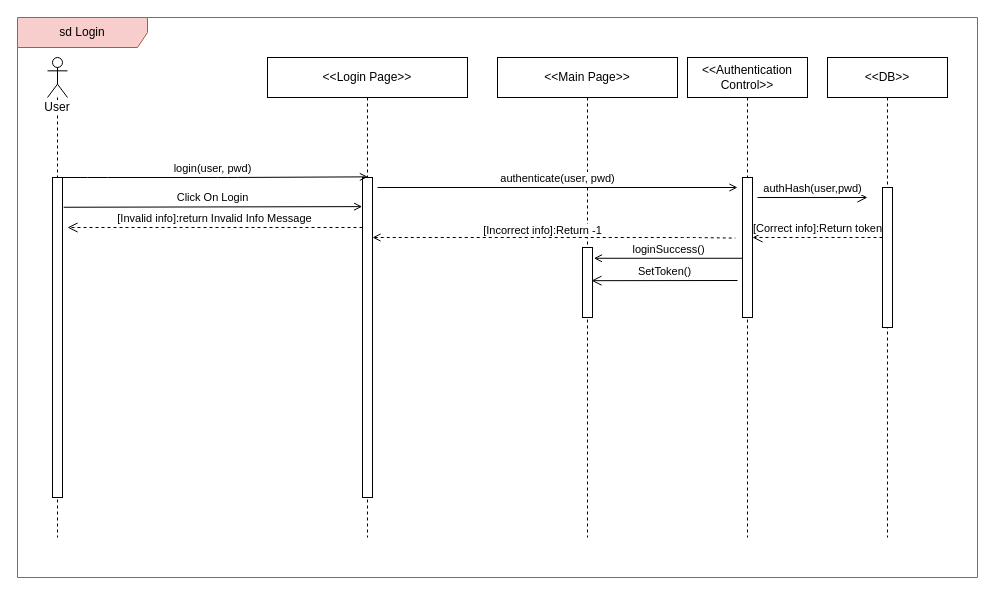
MelvinMo/CarBaMa_Automotive-Sale-Application keeps this draw.io diagram as page "Login-SD" (1 of 20) of SequenceDiagram/Middleware_CarBaMaSequenceDiagram.drawio. Above is the earlier version. Source tidied: cells renumbered, new cells numbered last; positions are measured from the earlier drawing's top-left corner, leaving out a move shared by most shapes. Both pictures are drawn from the tidied source at 100%, with x=0, y=0 at pixel (17, 17).
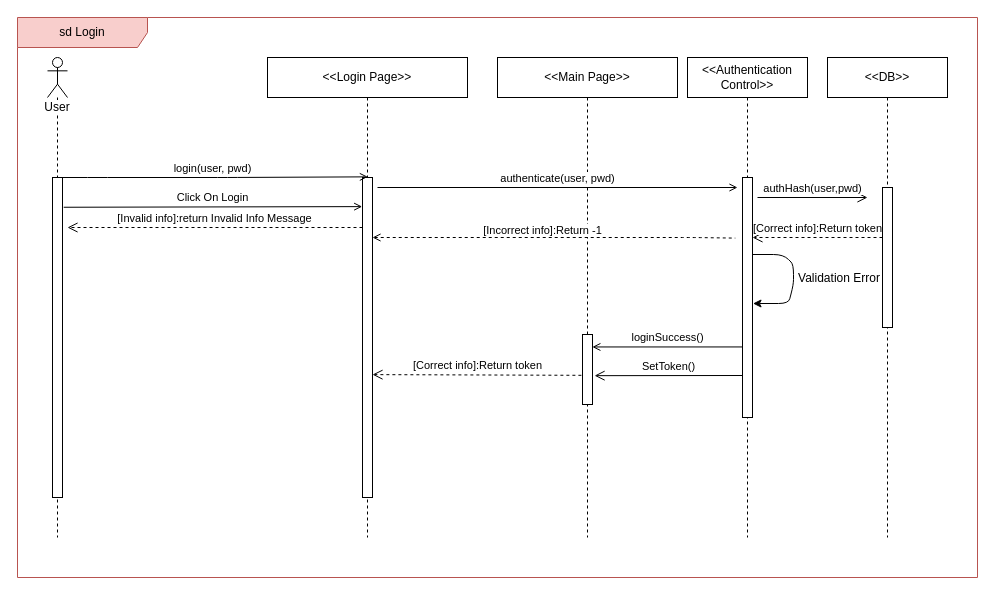
Above is the later version.

Unchanged cells that the change refers to:
```xml
<mxCell id="6" style="html=1;points=[];perimeter=orthogonalPerimeter;" parent="5" vertex="1">
  <mxGeometry x="95" y="120" width="10" height="320" as="geometry" />
</mxCell>
<mxCell id="8" value="&amp;lt;&amp;lt;Main Page&amp;gt;&amp;gt;" style="shape=umlLifeline;perimeter=lifelinePerimeter;whiteSpace=wrap;html=1;" parent="1" vertex="1">
  <mxGeometry x="480" y="40" width="180" height="480" as="geometry" />
</mxCell>
<mxCell id="12" value="&amp;lt;&amp;lt;Authentication Control&amp;gt;&amp;gt;" style="shape=umlLifeline;perimeter=lifelinePerimeter;whiteSpace=wrap;html=1;" parent="1" vertex="1">
  <mxGeometry x="670" y="40" width="120" height="480" as="geometry" />
</mxCell>
```

Change to the diagram source:
```diff
@@
     <mxCell id="9" style="html=1;points=[];perimeter=orthogonalPerimeter;" parent="8" vertex="1">
-      <mxGeometry x="85" y="190" width="10" height="70" as="geometry" />
+      <mxGeometry x="85" y="277" width="10" height="70" as="geometry" />
     </mxCell>
@@
     <mxCell id="13" style="html=1;points=[];perimeter=orthogonalPerimeter;" parent="12" vertex="1">
-      <mxGeometry x="55" y="120" width="10" height="140" as="geometry" />
+      <mxGeometry x="55" y="120" width="10" height="240" as="geometry" />
     </mxCell>
@@
-    <mxCell id="17" value="SetToken()" style="html=1;verticalAlign=bottom;endArrow=open;endSize=8;entryX=0.9;entryY=0.474;entryDx=0;entryDy=0;entryPerimeter=0;" parent="12" edge="1" target="9">
-      <mxGeometry relative="1" as="geometry">
-        <mxPoint x="50" y="223" as="sourcePoint" />
-      </mxGeometry>
-    </mxCell>
@@
-    <mxCell id="22" value="loginSuccess()" style="html=1;verticalAlign=bottom;endArrow=open;endFill=0;entryX=1.14;entryY=0.154;entryDx=0;entryDy=0;entryPerimeter=0;" parent="1" edge="1" source="13" target="9">
+    <mxCell id="22" value="loginSuccess()" style="html=1;verticalAlign=bottom;endArrow=open;endFill=0;entryX=0.986;entryY=0.178;entryDx=0;entryDy=0;entryPerimeter=0;exitX=0.048;exitY=0.706;exitDx=0;exitDy=0;exitPerimeter=0;" parent="1" edge="1" source="13" target="9">
       <mxGeometry relative="1" as="geometry" />
     </mxCell>
+    <mxCell id="23" style="endArrow=classic;html=1;exitX=0.9;exitY=0.111;exitDx=0;exitDy=0;exitPerimeter=0;entryX=0.952;entryY=0.153;entryDx=0;entryDy=0;entryPerimeter=0;" parent="1" edge="1">
+      <mxGeometry relative="1" as="geometry">
+        <mxPoint x="735" y="237" as="sourcePoint" />
+        <mxPoint x="735.5" y="286" as="targetPoint" />
+        <Array as="points">
+          <mxPoint x="766" y="237" />
+          <mxPoint x="776" y="247" />
+          <mxPoint x="776" y="267" />
+          <mxPoint x="771" y="286" />
+        </Array>
+      </mxGeometry>
+    </mxCell>
+    <mxCell id="24" value="Validation Error" style="text;html=1;strokeColor=none;fillColor=none;align=center;verticalAlign=middle;whiteSpace=wrap;rounded=0;" parent="1" vertex="1">
+      <mxGeometry x="767" y="251" width="110" height="20" as="geometry" />
+    </mxCell>
+    <mxCell id="17" value="SetToken()" style="html=1;verticalAlign=bottom;endArrow=open;endSize=8;entryX=1.207;entryY=0.588;entryDx=0;entryDy=0;entryPerimeter=0;" parent="1" edge="1" target="9">
+      <mxGeometry relative="1" as="geometry">
+        <mxPoint x="725" y="358" as="sourcePoint" />
+      </mxGeometry>
+    </mxCell>
+    <mxCell id="25" value="[Correct info]:Return token" style="html=1;verticalAlign=bottom;endArrow=open;dashed=1;endSize=8;entryX=1;entryY=0.616;entryDx=0;entryDy=0;entryPerimeter=0;exitX=-0.112;exitY=0.583;exitDx=0;exitDy=0;exitPerimeter=0;" parent="1" edge="1" source="9" target="6">
+      <mxGeometry relative="1" as="geometry" />
+    </mxCell>
```
